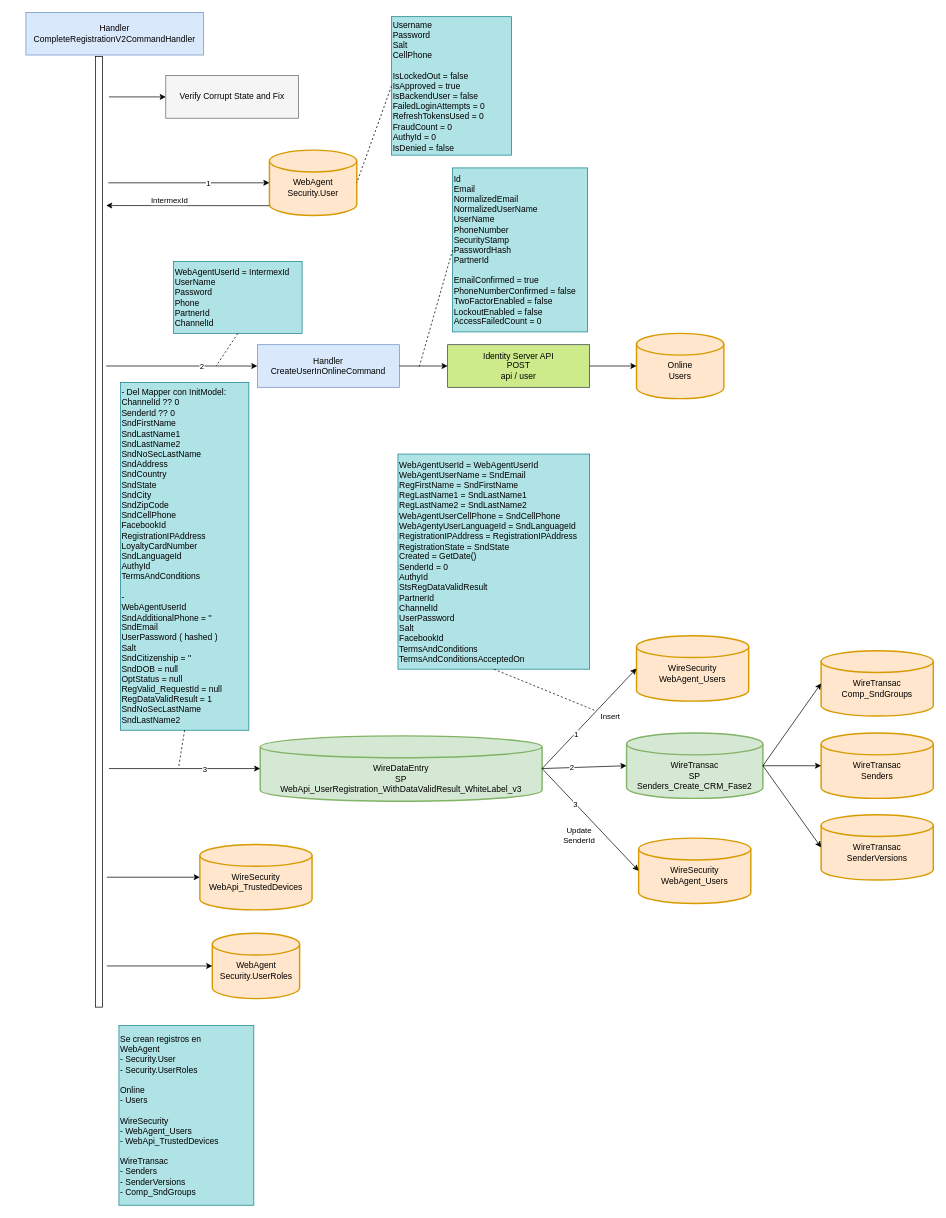
notariopablomarcelo/intermex keeps this draw.io diagram as user-api-post-api-auth-login.drawio. Above is the earlier version. Source tidied: cells renumbered, new cells numbered last; positions are measured from the earlier drawing's top-left corner, leaving out a move shared by most shapes. Both pictures are drawn from the tidied source at 71%, with x=0, y=0 at pixel (26, 12).
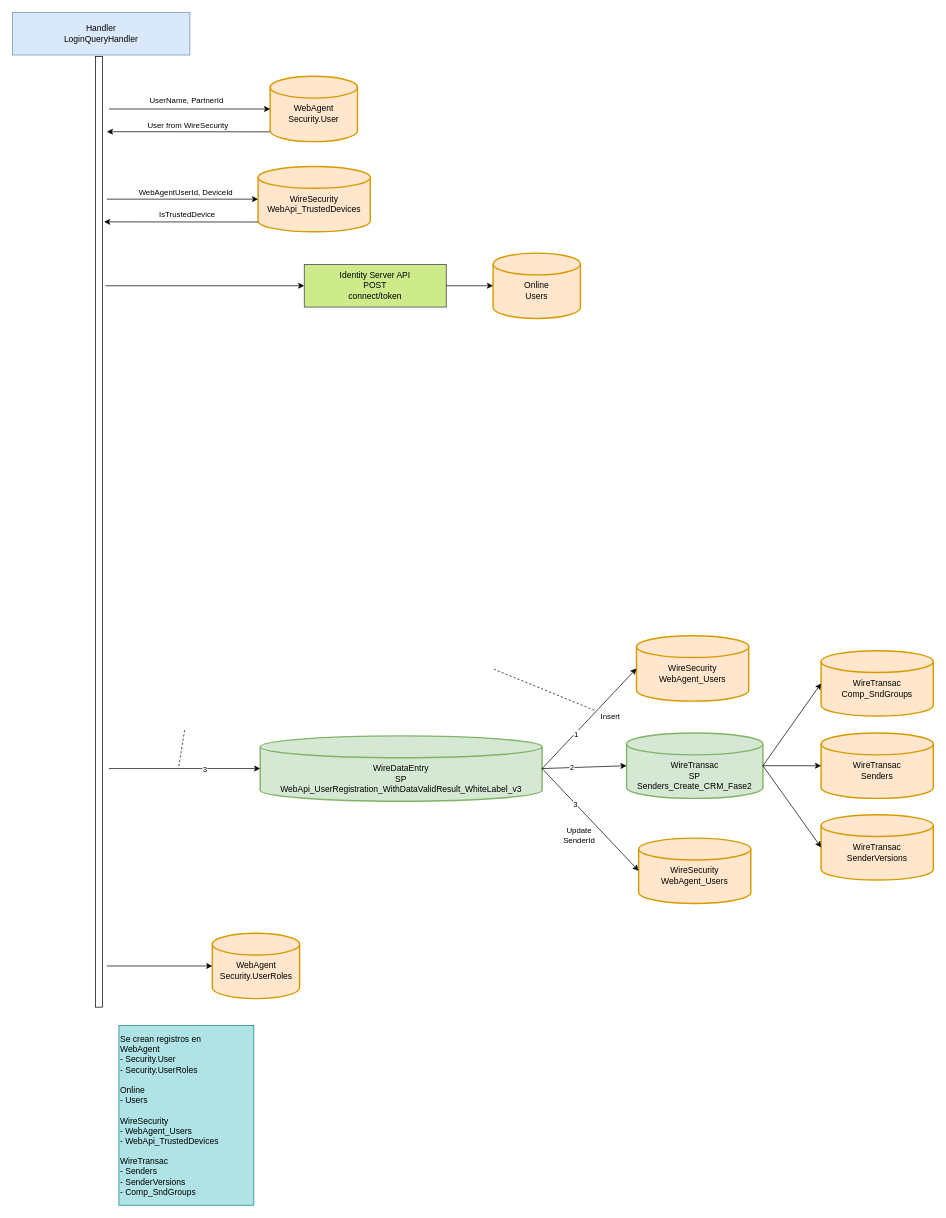
The same diagram, later.

Change to the diagram source:
```diff
@@
-    <mxCell id="2" value="&lt;font color=&quot;#000000&quot;&gt;Handler&lt;br&gt;CreateUserInOnlineCommand&lt;br&gt;&lt;/font&gt;" style="rounded=0;whiteSpace=wrap;html=1;fillColor=#dae8fc;strokeColor=#6c8ebf;" parent="1" vertex="1">
-      <mxGeometry x="326" y="468" width="200" height="60" as="geometry" />
-    </mxCell>
     <mxCell id="3" value="&lt;br&gt;WebAgent&lt;br&gt;Security.User" style="strokeWidth=2;html=1;shape=mxgraph.flowchart.database;whiteSpace=wrap;fillColor=#ffe6cc;strokeColor=#d79b00;" parent="1" vertex="1">
-      <mxGeometry x="343" y="194" width="123" height="92" as="geometry" />
+      <mxGeometry x="344" y="90" width="123" height="92" as="geometry" />
     </mxCell>
-    <mxCell id="4" value="&lt;font color=&quot;#000000&quot;&gt;Identity Server API&lt;br&gt;POST&lt;br&gt;api / user&lt;/font&gt;" style="rounded=0;whiteSpace=wrap;html=1;fillColor=#cdeb8b;strokeColor=#36393d;" parent="1" vertex="1">
-      <mxGeometry x="594" y="468" width="200" height="60" as="geometry" />
+    <mxCell id="4" value="&lt;font color=&quot;#000000&quot;&gt;Identity Server API&lt;br&gt;POST&lt;br&gt;connect/token&lt;/font&gt;" style="rounded=0;whiteSpace=wrap;html=1;fillColor=#cdeb8b;strokeColor=#36393d;" parent="1" vertex="1">
+      <mxGeometry x="392" y="355" width="200" height="60" as="geometry" />
     </mxCell>
-    <mxCell id="5" style="endArrow=classic;html=1;rounded=0;entryX=0;entryY=0.5;entryDx=0;entryDy=0;exitX=1;exitY=0.5;exitDx=0;exitDy=0;" parent="1" edge="1" source="2" target="4">
-      <mxGeometry relative="1" as="geometry" />
+    <mxCell id="5" style="endArrow=classic;html=1;rounded=0;entryX=0;entryY=0.5;entryDx=0;entryDy=0;" parent="1" edge="1" target="4">
+      <mxGeometry relative="1" as="geometry">
+        <mxPoint x="112" y="385" as="sourcePoint" />
+      </mxGeometry>
     </mxCell>
     <mxCell id="6" value="&lt;br&gt;Online&lt;br&gt;Users" style="strokeWidth=2;html=1;shape=mxgraph.flowchart.database;whiteSpace=wrap;fillColor=#ffe6cc;strokeColor=#d79b00;" parent="1" vertex="1">
-      <mxGeometry x="860" y="452" width="123" height="92" as="geometry" />
+      <mxGeometry x="658" y="339" width="123" height="92" as="geometry" />
     </mxCell>
@@
     <mxCell id="8" value="&lt;br&gt;WireSecurity&lt;br&gt;WebApi_TrustedDevices" style="strokeWidth=2;html=1;shape=mxgraph.flowchart.database;whiteSpace=wrap;fillColor=#ffe6cc;strokeColor=#d79b00;" parent="1" vertex="1">
-      <mxGeometry x="245" y="1172" width="158" height="92" as="geometry" />
+      <mxGeometry x="327" y="217" width="158" height="92" as="geometry" />
     </mxCell>
@@
     <mxCell id="11" style="endArrow=classic;html=1;rounded=0;entryX=0;entryY=0.5;entryDx=0;entryDy=0;entryPerimeter=0;" parent="1" edge="1" target="3">
       <mxGeometry relative="1" as="geometry">
-        <mxPoint x="116" y="240" as="sourcePoint" />
+        <mxPoint x="117" y="136" as="sourcePoint" />
       </mxGeometry>
     </mxCell>
-    <mxCell id="12" value="1" style="edgeLabel;html=1;align=center;verticalAlign=middle;" parent="11" vertex="1">
-      <mxGeometry x="0.23" relative="1" as="geometry" />
+    <mxCell id="12" value="UserName, PartnerId" style="edgeLabel;html=1;align=center;verticalAlign=middle;" parent="11" vertex="1">
+      <mxGeometry x="0.23" relative="1" as="geometry">
+        <mxPoint x="-32" y="-13" as="offset" />
+      </mxGeometry>
     </mxCell>
-    <mxCell id="13" style="endArrow=classic;html=1;rounded=0;entryX=0;entryY=0.5;entryDx=0;entryDy=0;" parent="1" edge="1" target="2">
-      <mxGeometry relative="1" as="geometry">
-        <mxPoint x="113" y="498" as="sourcePoint" />
-      </mxGeometry>
-    </mxCell>
-    <mxCell id="14" value="2" style="edgeLabel;html=1;align=center;verticalAlign=middle;" parent="13" vertex="1">
-      <mxGeometry x="0.26" relative="1" as="geometry" />
-    </mxCell>
-    <mxCell id="15" value="&lt;font color=&quot;#000000&quot;&gt;Username&lt;br&gt;Password&lt;br&gt;Salt&lt;br&gt;&lt;/font&gt;CellPhone&lt;br&gt;&lt;font color=&quot;#000000&quot;&gt;&lt;br&gt;IsLockedOut = false&lt;br&gt;IsApproved = true&lt;br&gt;IsBackendUser = false&lt;br&gt;FailedLoginAttempts = 0&lt;br&gt;RefreshTokensUsed = 0&lt;br&gt;FraudCount = 0&lt;br&gt;AuthyId = 0&lt;br&gt;IsDenied = false&lt;br&gt;&lt;/font&gt;" style="text;html=1;strokeColor=#0e8088;fillColor=#b0e3e6;align=left;verticalAlign=middle;whiteSpace=wrap;rounded=0;" parent="1" vertex="1">
-      <mxGeometry x="515" y="6" width="169" height="195" as="geometry" />
-    </mxCell>
-    <mxCell id="16" style="endArrow=none;dashed=1;html=1;rounded=0;exitX=0;exitY=0.5;exitDx=0;exitDy=0;entryX=1;entryY=0.5;entryDx=0;entryDy=0;entryPerimeter=0;" parent="1" edge="1" source="15" target="3">
-      <mxGeometry relative="1" as="geometry" />
-    </mxCell>
     <mxCell id="17" style="endArrow=classic;html=1;rounded=0;exitX=0;exitY=0.85;exitDx=0;exitDy=0;exitPerimeter=0;" parent="1" edge="1" source="3">
       <mxGeometry relative="1" as="geometry">
-        <mxPoint x="113" y="272" as="targetPoint" />
+        <mxPoint x="114" y="168" as="targetPoint" />
       </mxGeometry>
     </mxCell>
-    <mxCell id="18" value="IntermexId" style="edgeLabel;html=1;align=center;verticalAlign=middle;" parent="17" vertex="1">
+    <mxCell id="18" value="User from WireSecurity" style="edgeLabel;html=1;align=center;verticalAlign=middle;" parent="17" vertex="1">
       <mxGeometry x="0.42" y="1" relative="1" as="geometry">
-        <mxPoint x="22" y="-9" as="offset" />
+        <mxPoint x="47" y="-11" as="offset" />
       </mxGeometry>
     </mxCell>
-    <mxCell id="19" value="WebAgentUserId = IntermexId&lt;br&gt;UserName&lt;br&gt;Password&lt;br&gt;Phone&lt;br&gt;PartnerId&lt;br&gt;ChannelId" style="text;html=1;strokeColor=#0e8088;fillColor=#b0e3e6;align=left;verticalAlign=middle;whiteSpace=wrap;rounded=0;" parent="1" vertex="1">
-      <mxGeometry x="208" y="351" width="181" height="101" as="geometry" />
-    </mxCell>
-    <mxCell id="20" value="Id&lt;br&gt;Email&lt;br&gt;NormalizedEmail&lt;br&gt;NormalizedUserName&lt;br&gt;UserName&lt;br&gt;PhoneNumber&lt;br&gt;SecurityStamp&lt;br&gt;PasswordHash&lt;br&gt;PartnerId&lt;br&gt;&lt;br&gt;EmailConfirmed = true&lt;br&gt;PhoneNumberConfirmed = false&lt;br&gt;TwoFactorEnabled = false&lt;br&gt;LockoutEnabled = false&lt;br&gt;AccessFailedCount = 0" style="text;html=1;strokeColor=#0e8088;fillColor=#b0e3e6;align=left;verticalAlign=middle;whiteSpace=wrap;rounded=0;" parent="1" vertex="1">
-      <mxGeometry x="601" y="219" width="190" height="231" as="geometry" />
-    </mxCell>
-    <mxCell id="21" style="endArrow=none;dashed=1;html=1;rounded=0;exitX=0.5;exitY=1;exitDx=0;exitDy=0;" parent="1" edge="1" source="19">
-      <mxGeometry relative="1" as="geometry">
-        <mxPoint x="268" y="498" as="targetPoint" />
-      </mxGeometry>
-    </mxCell>
-    <mxCell id="22" style="endArrow=none;dashed=1;html=1;rounded=0;exitX=0;exitY=0.5;exitDx=0;exitDy=0;" parent="1" edge="1" source="20">
-      <mxGeometry relative="1" as="geometry">
-        <mxPoint x="554" y="499" as="targetPoint" />
-      </mxGeometry>
-    </mxCell>
-    <mxCell id="23" value="&lt;font color=&quot;#000000&quot;&gt;Handler&lt;br&gt;CompleteRegistrationV2CommandHandler&lt;br&gt;&lt;/font&gt;" style="rounded=0;whiteSpace=wrap;html=1;fillColor=#dae8fc;strokeColor=#6c8ebf;" parent="1" vertex="1">
-      <mxGeometry width="250" height="60" as="geometry" />
+    <mxCell id="23" value="&lt;font color=&quot;#000000&quot;&gt;Handler&lt;br&gt;LoginQueryHandler&lt;br&gt;&lt;/font&gt;" style="rounded=0;whiteSpace=wrap;html=1;fillColor=#dae8fc;strokeColor=#6c8ebf;" parent="1" vertex="1">
+      <mxGeometry x="-19" width="250" height="60" as="geometry" />
     </mxCell>
@@
-    <mxCell id="25" value="- Del Mapper con InitModel:&lt;br&gt;ChannelId ?? 0&lt;br&gt;SenderId ?? 0&lt;br&gt;SndFirstName&lt;br&gt;SndLastName1&lt;br&gt;SndLastName2&lt;br&gt;SndNoSecLastName&lt;br&gt;SndAddress&lt;br&gt;SndCountry&lt;br&gt;SndState&lt;br&gt;SndCity&lt;br&gt;SndZipCode&lt;br&gt;SndCellPhone&lt;br&gt;FacebookId&lt;br&gt;RegistrationIPAddress&lt;br&gt;LoyaltyCardNumber&lt;br&gt;SndLanguageId&lt;br&gt;AuthyId&lt;br&gt;TermsAndConditions&lt;br&gt;&lt;br&gt;-&lt;br&gt;WebAgentUserId&lt;br&gt;SndAdditionalPhone = ''&lt;br&gt;SndEmail&lt;br&gt;UserPassword ( hashed )&lt;br&gt;Salt&lt;br&gt;SndCitizenship = ''&lt;br&gt;SndDOB = null&lt;br&gt;OptStatus = null&lt;br&gt;RegValid_RequestId = null&lt;br&gt;RegDataValidResult = 1&lt;br&gt;SndNoSecLastName&lt;br&gt;SndLastName2" style="text;html=1;strokeColor=#0e8088;fillColor=#b0e3e6;align=left;verticalAlign=middle;whiteSpace=wrap;rounded=0;" parent="1" vertex="1">
-      <mxGeometry x="133" y="521" width="181" height="490" as="geometry" />
-    </mxCell>
@@
-    <mxCell id="28" style="endArrow=none;dashed=1;html=1;rounded=0;exitX=0.5;exitY=1;exitDx=0;exitDy=0;" parent="1" edge="1" source="25">
+    <mxCell id="28" style="endArrow=none;dashed=1;html=1;rounded=0;exitX=0.5;exitY=1;exitDx=0;exitDy=0;" parent="1" edge="1">
       <mxGeometry relative="1" as="geometry">
+        <mxPoint x="223.5" y="1011" as="sourcePoint" />
         <mxPoint x="215" y="1064" as="targetPoint" />
       </mxGeometry>
     </mxCell>
@@
-    <mxCell id="42" value="WebAgentUserId = WebAgentUserId&lt;br&gt;WebAgentUserName = SndEmail&lt;br&gt;RegFirstName = SndFirstName&lt;br&gt;RegLastName1 = SndLastName1&lt;br style=&quot;border-color: var(--border-color);&quot;&gt;RegLastName2 = SndLastName2&lt;br&gt;WebAgentUserCellPhone = SndCellPhone&lt;br&gt;WebAgentyUserLanguageId = SndLanguageId&lt;br style=&quot;border-color: var(--border-color);&quot;&gt;RegistrationIPAddress = RegistrationIPAddress&lt;br&gt;RegistrationState = SndState&lt;br&gt;Created = GetDate()&lt;br&gt;SenderId = 0&lt;br&gt;AuthyId&lt;br&gt;StsRegDataValidResult&lt;br&gt;PartnerId&lt;br&gt;ChannelId&lt;br&gt;UserPassword&lt;br&gt;Salt&lt;br&gt;FacebookId&lt;br&gt;TermsAndConditions&lt;br&gt;TermsAndConditionsAcceptedOn&lt;br&gt;" style="text;html=1;strokeColor=#0e8088;fillColor=#b0e3e6;align=left;verticalAlign=middle;whiteSpace=wrap;rounded=0;" parent="1" vertex="1">
-      <mxGeometry x="524" y="622" width="270" height="303" as="geometry" />
-    </mxCell>
-    <mxCell id="43" style="endArrow=none;dashed=1;html=1;rounded=0;exitX=0.5;exitY=1;exitDx=0;exitDy=0;" parent="1" edge="1" source="42">
+    <mxCell id="43" style="endArrow=none;dashed=1;html=1;rounded=0;exitX=0.5;exitY=1;exitDx=0;exitDy=0;" parent="1" edge="1">
       <mxGeometry relative="1" as="geometry">
+        <mxPoint x="659" y="925" as="sourcePoint" />
         <mxPoint x="801" y="983" as="targetPoint" />
       </mxGeometry>
     </mxCell>
@@
-    <mxCell id="48" value="&lt;font color=&quot;#000000&quot;&gt;Verify Corrupt State and Fix&lt;br&gt;&lt;/font&gt;" style="rounded=0;whiteSpace=wrap;html=1;fillColor=#f5f5f5;strokeColor=#666666;fontColor=#333333;" parent="1" vertex="1">
-      <mxGeometry x="197" y="89" width="187" height="60" as="geometry" />
-    </mxCell>
-    <mxCell id="49" style="endArrow=classic;html=1;rounded=0;entryX=0;entryY=0.5;entryDx=0;entryDy=0;" parent="1" edge="1" target="48">
-      <mxGeometry relative="1" as="geometry">
-        <mxPoint x="117" y="119" as="sourcePoint" />
-      </mxGeometry>
-    </mxCell>
     <mxCell id="50" style="endArrow=classic;html=1;rounded=0;entryX=0;entryY=0.5;entryDx=0;entryDy=0;entryPerimeter=0;" parent="1" edge="1" target="8">
       <mxGeometry relative="1" as="geometry">
-        <mxPoint x="114" y="1218" as="sourcePoint" />
+        <mxPoint x="114" y="263" as="sourcePoint" />
       </mxGeometry>
     </mxCell>
+    <mxCell id="53" value="WebAgentUserId, DeviceId" style="edgeLabel;html=1;align=center;verticalAlign=middle;" parent="50" vertex="1">
+      <mxGeometry x="0.28" y="-1" relative="1" as="geometry">
+        <mxPoint x="-26" y="-11" as="offset" />
+      </mxGeometry>
+    </mxCell>
@@
+    <mxCell id="54" style="endArrow=classic;html=1;rounded=0;exitX=0;exitY=0.85;exitDx=0;exitDy=0;exitPerimeter=0;" parent="1" edge="1" source="8">
+      <mxGeometry relative="1" as="geometry">
+        <mxPoint x="110" y="295" as="targetPoint" />
+      </mxGeometry>
+    </mxCell>
+    <mxCell id="55" value="IsTrustedDevice" style="edgeLabel;html=1;align=center;verticalAlign=middle;" parent="54" vertex="1">
+      <mxGeometry x="-0.26" y="-2" relative="1" as="geometry">
+        <mxPoint x="-21" y="-9" as="offset" />
+      </mxGeometry>
+    </mxCell>
```
